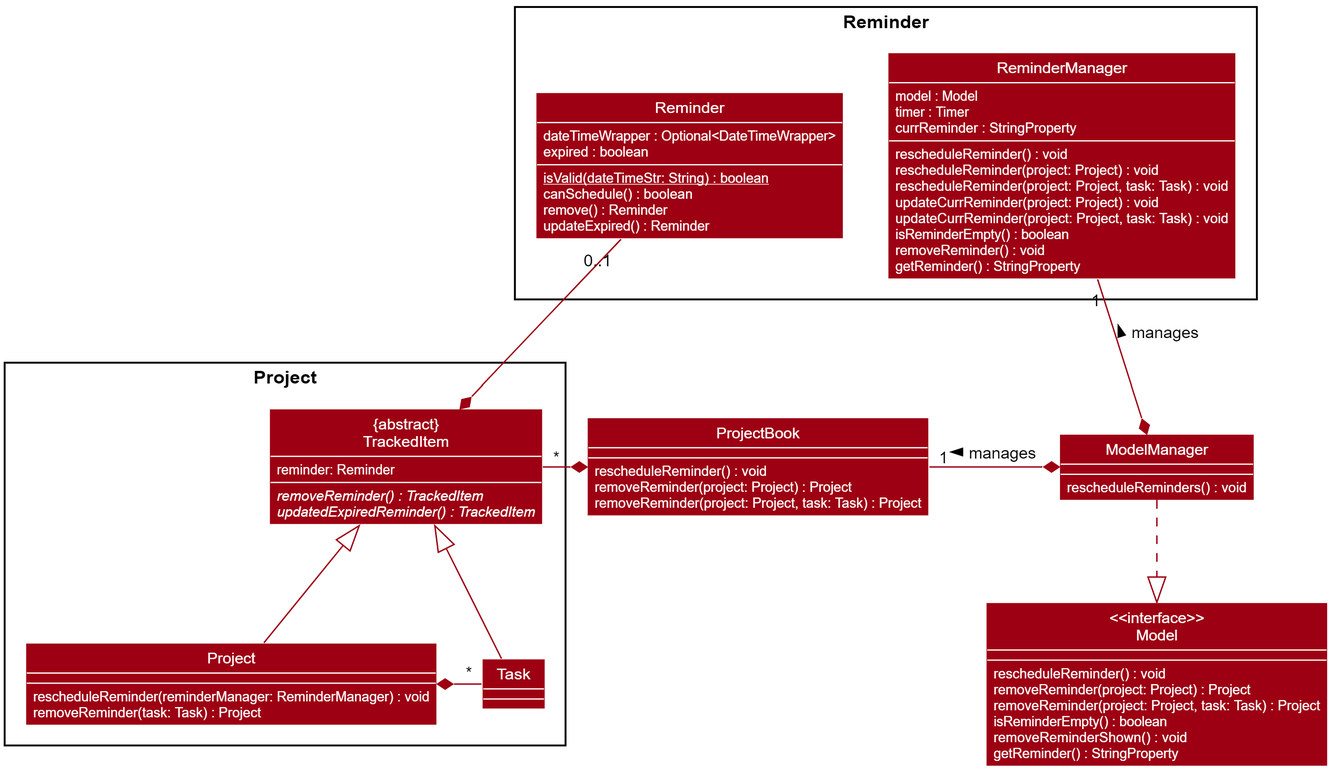
pr4aveen/tp keeps this PlantUML diagram as docs/images/ReminderClassDiagram.png. Above is the earlier version. Its source is kept beside it as docs/diagrams/ReminderClassDiagram.puml.
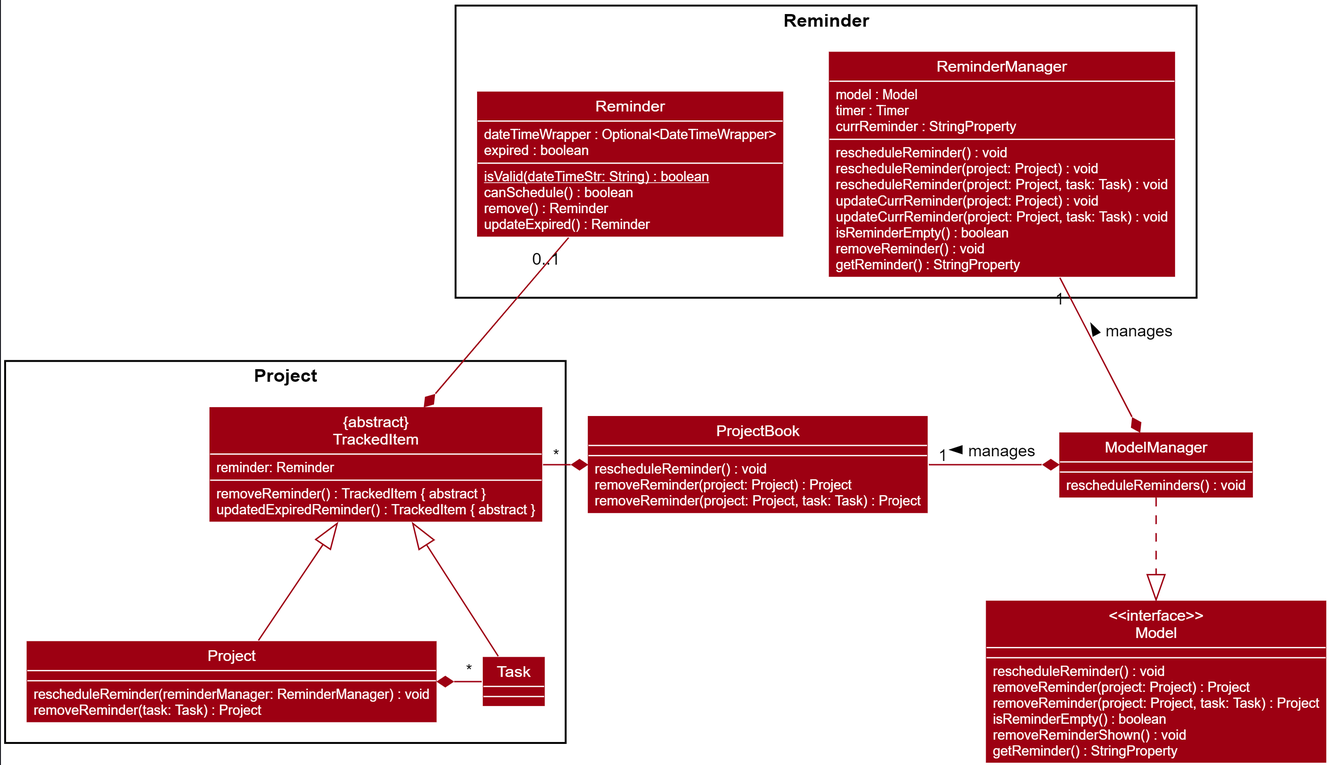
The same file after the commit.

The edit, as a diff of the source:
```diff
@@ -7,8 +7,8 @@
 package Project {
     class "{abstract}\nTrackedItem" as TrackedItem {
         {field} reminder: Reminder
-        {abstract} {method} removeReminder() : TrackedItem
-        {abstract} {method} updatedExpiredReminder() : TrackedItem
+        {method} removeReminder() : TrackedItem { abstract }
+        {method} updatedExpiredReminder() : TrackedItem { abstract }
     }
     class Project {
         {method} rescheduleReminder(reminderManager: ReminderManager) : void
```
